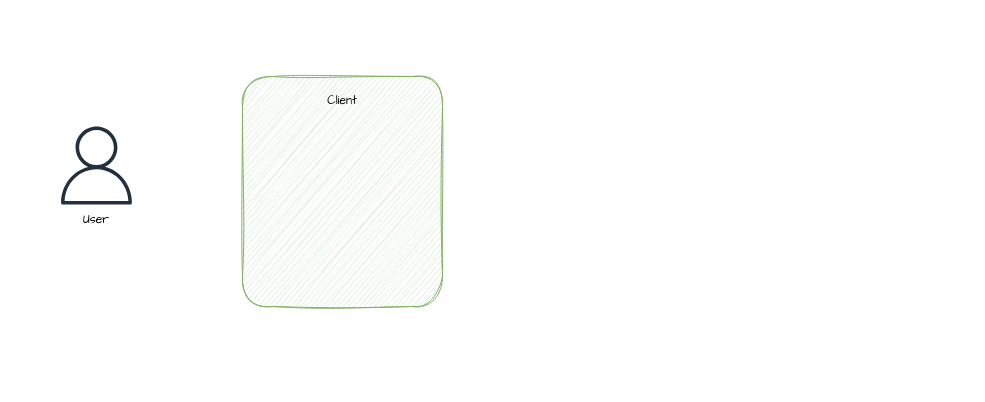
The draw.io diagram page "Architecture" (1 of 3) of design/system_design.drawio in khanhnq1406/Personal_Financial_Management, before the edit. Source tidied: cells renumbered, new cells numbered last; positions are measured from the earlier drawing's top-left corner, leaving out a move shared by most shapes. Both pictures are drawn from the tidied source at 100%, with x=0, y=0 at pixel (57, 76). Pictures stored in the file or linked from it are replaced by grey dashed boxes.
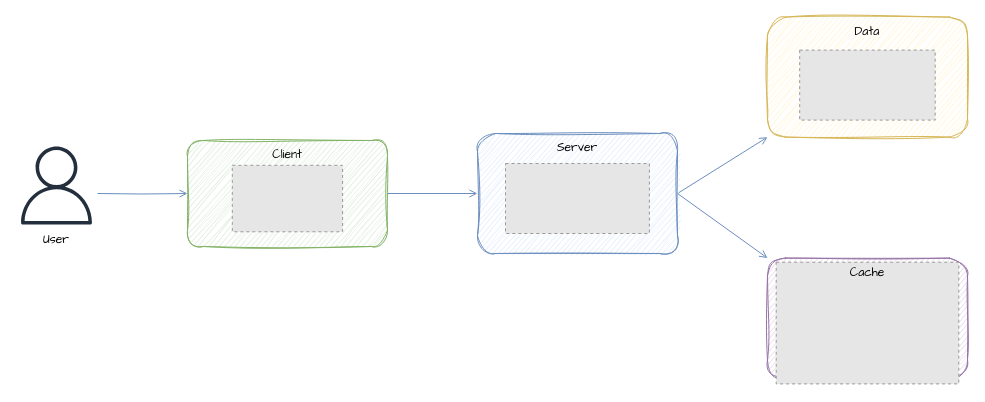
The same page after the edit.

Change to the diagram source:
```diff
@@
     <mxCell id="2" style="group;" parent="1" vertex="1">
-      <mxGeometry y="50" width="78" height="108" as="geometry" />
+      <mxGeometry x="-40" y="70" width="78" height="108" as="geometry" />
     </mxCell>
@@
+    <mxCell id="7" style="edgeStyle=orthogonalEdgeStyle;rounded=0;jettySize=auto;html=1;exitX=1;exitY=0.5;exitDx=0;exitDy=0;entryX=0;entryY=0.5;entryDx=0;entryDy=0;fillColor=#dae8fc;strokeColor=#6c8ebf;endArrow=open;endFill=0;" parent="1" edge="1" source="5" target="11">
+      <mxGeometry relative="1" as="geometry" />
+    </mxCell>
     <mxCell id="5" style="rounded=1;whiteSpace=wrap;html=1;fillColor=#d5e8d4;strokeColor=#82b366;sketch=1;curveFitting=1;jiggle=2;" parent="1" vertex="1">
-      <mxGeometry x="185" width="200" height="230" as="geometry" />
+      <mxGeometry x="130" y="64" width="200" height="106" as="geometry" />
     </mxCell>
     <mxCell id="6" value="Client" style="text;html=1;align=center;verticalAlign=middle;whiteSpace=wrap;rounded=0;fontFamily=Comic Sans MS;" parent="1" vertex="1">
-      <mxGeometry x="255" y="10" width="60" height="30" as="geometry" />
+      <mxGeometry x="200" y="64" width="60" height="30" as="geometry" />
     </mxCell>
+    <mxCell id="8" style="fillColor=#E6E6E6;strokeColor=#999999;dashed=1;verticalLabelPosition=bottom;labelBackgroundColor=default;verticalAlign=top;" parent="1" vertex="1">
+      <mxGeometry x="174.8" y="88.8" width="110.3" height="66.5" as="geometry" />
+    </mxCell>
+    <mxCell id="9" style="rounded=0;jettySize=auto;html=1;exitX=1;exitY=0.5;exitDx=0;exitDy=0;entryX=0;entryY=1;entryDx=0;entryDy=0;fillColor=#dae8fc;strokeColor=#6c8ebf;endArrow=open;endFill=0;" parent="1" edge="1" source="11" target="14">
+      <mxGeometry relative="1" as="geometry" />
+    </mxCell>
+    <mxCell id="10" style="rounded=0;jettySize=auto;html=1;exitX=1;exitY=0.5;exitDx=0;exitDy=0;entryX=0;entryY=0;entryDx=0;entryDy=0;fillColor=#dae8fc;strokeColor=#6c8ebf;endArrow=open;endFill=0;" parent="1" edge="1" source="11" target="17">
+      <mxGeometry relative="1" as="geometry" />
+    </mxCell>
+    <mxCell id="11" style="rounded=1;whiteSpace=wrap;html=1;fillColor=#dae8fc;strokeColor=#6c8ebf;glass=0;sketch=1;curveFitting=1;jiggle=2;" parent="1" vertex="1">
+      <mxGeometry x="420" y="57" width="200" height="120" as="geometry" />
+    </mxCell>
+    <mxCell id="12" value="Server" style="text;html=1;align=center;verticalAlign=middle;whiteSpace=wrap;rounded=0;fontFamily=Comic Sans MS;" parent="1" vertex="1">
+      <mxGeometry x="490" y="57" width="60" height="30" as="geometry" />
+    </mxCell>
+    <mxCell id="13" style="fillColor=#E6E6E6;strokeColor=#999999;dashed=1;verticalLabelPosition=bottom;labelBackgroundColor=default;verticalAlign=top;" parent="1" vertex="1">
+      <mxGeometry x="448" y="87" width="143.9" height="70" as="geometry" />
+    </mxCell>
+    <mxCell id="14" style="rounded=1;whiteSpace=wrap;html=1;fillColor=#fff2cc;strokeColor=#d6b656;glass=0;sketch=1;curveFitting=1;jiggle=2;" parent="1" vertex="1">
+      <mxGeometry x="710" y="-59.4" width="200" height="120" as="geometry" />
+    </mxCell>
+    <mxCell id="15" style="fillColor=#E6E6E6;strokeColor=#999999;dashed=1;verticalLabelPosition=bottom;labelBackgroundColor=default;verticalAlign=top;" parent="1" vertex="1">
+      <mxGeometry x="742.2" y="-26.4" width="135.5" height="70" as="geometry" />
+    </mxCell>
+    <mxCell id="16" value="Data" style="text;html=1;align=center;verticalAlign=middle;whiteSpace=wrap;rounded=0;fontFamily=Comic Sans MS;" parent="1" vertex="1">
+      <mxGeometry x="780" y="-59.4" width="60" height="30" as="geometry" />
+    </mxCell>
+    <mxCell id="17" style="rounded=1;whiteSpace=wrap;html=1;fillColor=#e1d5e7;strokeColor=#9673a6;sketch=1;curveFitting=1;jiggle=2;" parent="1" vertex="1">
+      <mxGeometry x="710" y="181.6" width="200" height="120" as="geometry" />
+    </mxCell>
+    <mxCell id="18" style="fillColor=#E6E6E6;strokeColor=#999999;dashed=1;verticalLabelPosition=bottom;labelBackgroundColor=default;verticalAlign=top;" parent="1" vertex="1">
+      <mxGeometry x="718.7" y="185.7" width="182.6" height="121.7" as="geometry" />
+    </mxCell>
+    <mxCell id="19" value="Cache" style="text;html=1;align=center;verticalAlign=middle;whiteSpace=wrap;rounded=0;fontFamily=Comic Sans MS;" parent="1" vertex="1">
+      <mxGeometry x="780" y="181.6" width="60" height="30" as="geometry" />
+    </mxCell>
+    <mxCell id="20" style="edgeStyle=orthogonalEdgeStyle;rounded=0;jettySize=auto;html=1;entryX=0;entryY=0.5;entryDx=0;entryDy=0;flowAnimation=0;shadow=0;fillColor=#dae8fc;strokeColor=#6c8ebf;curved=0;jumpStyle=none;endArrow=open;endFill=0;" parent="1" edge="1" target="5">
+      <mxGeometry relative="1" as="geometry">
+        <mxPoint x="40" y="117" as="sourcePoint" />
+      </mxGeometry>
+    </mxCell>
```
